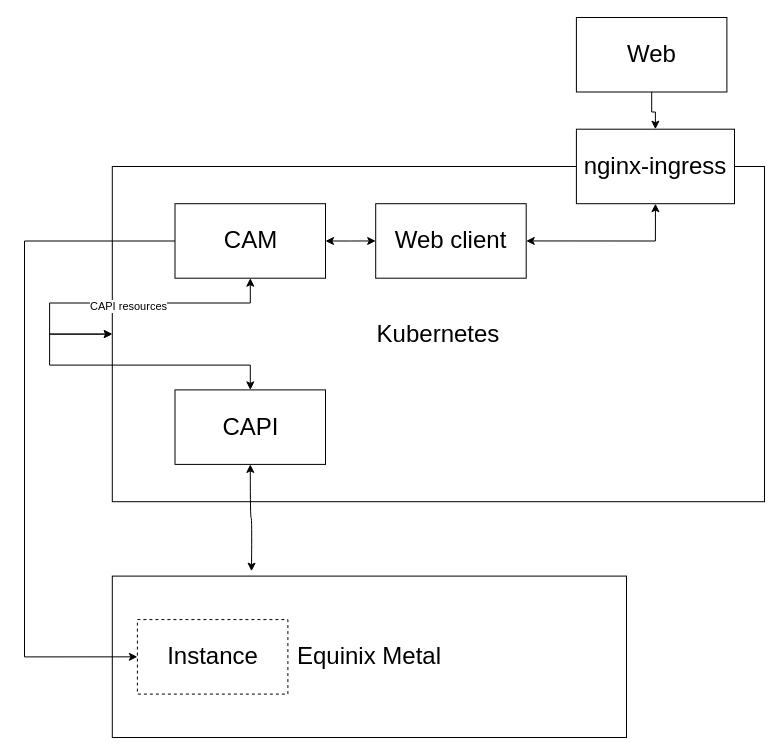
Earlier version of the draw.io diagram architecture-diagram.drawio (sharingio/pair). Source tidied: cells renumbered, new cells numbered last; positions are measured from the earlier drawing's top-left corner, leaving out a move shared by most shapes. Both pictures are drawn from the tidied source at 100%, with x=0, y=0 at pixel (24, 17).
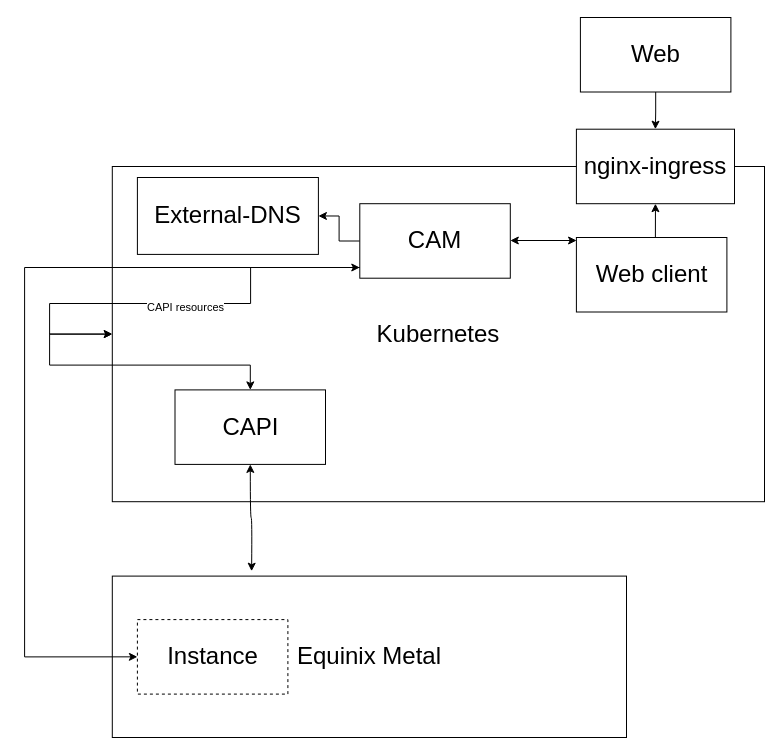
After the change.

Commit message (it also covers changes not shown here):
Update architecture-diagram

The change refers to these unchanged cells:
```xml
<mxCell id="2" value="Kubernetes" style="rounded=0;whiteSpace=wrap;html=1;fontSize=24;" parent="1" vertex="1">
  <mxGeometry x="87.8" y="149" width="652.2" height="335.2" as="geometry" />
</mxCell>
<mxCell id="8" value="nginx-ingress" style="rounded=0;whiteSpace=wrap;html=1;fontSize=24;" parent="1" vertex="1">
  <mxGeometry x="551.9" y="111.7" width="158.1" height="74.5" as="geometry" />
</mxCell>
<mxCell id="12" value="CAPI" style="rounded=0;whiteSpace=wrap;html=1;fontSize=24;" parent="1" vertex="1">
  <mxGeometry x="150.5" y="372.4" width="150.5" height="74.5" as="geometry" />
</mxCell>
<mxCell id="14" value="Instance" style="rounded=0;whiteSpace=wrap;html=1;dashed=1;fontSize=24;" parent="1" vertex="1">
  <mxGeometry x="112.9" y="602.1" width="150.5" height="74.5" as="geometry" />
</mxCell>
```

Change to the diagram source:
```diff
@@
-<mxGraphModel>
+<mxGraphModel background="#ffffff">
@@
+    <mxCell id="9" style="edgeStyle=orthogonalEdgeStyle;rounded=0;jettySize=auto;html=1;exitX=0.5;exitY=0;exitDx=0;exitDy=0;entryX=0.5;entryY=1;entryDx=0;entryDy=0;" parent="1" edge="1" source="3" target="8">
+      <mxGeometry relative="1" as="geometry" />
+    </mxCell>
     <mxCell id="3" value="Web client" style="rounded=0;whiteSpace=wrap;html=1;fontSize=24;" parent="1" vertex="1">
-      <mxGeometry x="351.2" y="186.2" width="150.5" height="74.5" as="geometry" />
+      <mxGeometry x="551.9" y="220" width="150.5" height="74.5" as="geometry" />
     </mxCell>
-    <mxCell id="4" style="edgeStyle=orthogonalEdgeStyle;rounded=0;jettySize=auto;html=1;entryX=0;entryY=0.5;entryDx=0;entryDy=0;startArrow=classic;startFill=1;fontSize=24;" parent="1" edge="1" source="7" target="3">
-      <mxGeometry x="170" y="50" as="geometry" />
+    <mxCell id="4" style="edgeStyle=orthogonalEdgeStyle;rounded=0;jettySize=auto;html=1;startArrow=classic;startFill=1;fontSize=24;" parent="1" edge="1" source="7">
+      <mxGeometry x="179.9" y="50" as="geometry">
+        <mxPoint x="552.1" y="223" as="targetPoint" />
+        <Array as="points">
+          <mxPoint x="552.1" y="223" />
+        </Array>
+      </mxGeometry>
     </mxCell>
     <mxCell id="5" style="edgeStyle=orthogonalEdgeStyle;rounded=0;jettySize=auto;html=1;entryX=0;entryY=0.5;entryDx=0;entryDy=0;startArrow=classic;startFill=1;fontSize=24;" parent="1" edge="1" source="7" target="2">
-      <mxGeometry x="170" y="50" as="geometry">
+      <mxGeometry x="179.9" y="50" as="geometry">
         <Array as="points">
-          <mxPoint x="225.8" y="285.5" />
-          <mxPoint x="25.1" y="285.5" />
-          <mxPoint x="25.1" y="316.6" />
+          <mxPoint x="226.1" y="250" />
+          <mxPoint x="226.1" y="286" />
+          <mxPoint x="25.1" y="286" />
+          <mxPoint x="25.1" y="317" />
         </Array>
       </mxGeometry>
     </mxCell>
@@
+    <mxCell id="18" style="edgeStyle=orthogonalEdgeStyle;rounded=0;jettySize=auto;html=1;entryX=1;entryY=0.5;entryDx=0;entryDy=0;" parent="1" edge="1" source="7" target="19">
+      <mxGeometry relative="1" as="geometry" />
+    </mxCell>
     <mxCell id="7" value="CAM" style="rounded=0;whiteSpace=wrap;html=1;fontSize=24;" parent="1" vertex="1">
-      <mxGeometry x="150.5" y="186.2" width="150.5" height="74.5" as="geometry" />
+      <mxGeometry x="335.3" y="186.2" width="150.5" height="74.5" as="geometry" />
     </mxCell>
@@
-    <mxCell id="9" style="edgeStyle=orthogonalEdgeStyle;rounded=0;jettySize=auto;html=1;exitX=1;exitY=0.5;exitDx=0;exitDy=0;entryX=0.5;entryY=1;entryDx=0;entryDy=0;startArrow=classic;startFill=1;fontSize=24;" parent="1" edge="1" source="3" target="8">
-      <mxGeometry x="170" y="50" as="geometry" />
-    </mxCell>
     <mxCell id="10" style="edgeStyle=orthogonalEdgeStyle;jettySize=auto;html=1;startArrow=classic;startFill=1;curved=1;fontSize=24;" parent="1" edge="1" source="12">
-      <mxGeometry x="170" y="50" as="geometry">
-        <mxPoint x="227" y="553.7" as="targetPoint" />
+      <mxGeometry x="179.9" y="50" as="geometry">
+        <mxPoint x="227.1" y="553.7" as="targetPoint" />
       </mxGeometry>
     </mxCell>
     <mxCell id="11" style="edgeStyle=orthogonalEdgeStyle;rounded=0;jettySize=auto;html=1;entryX=0;entryY=0.5;entryDx=0;entryDy=0;startArrow=classic;startFill=1;fontSize=24;" parent="1" edge="1" source="12" target="2">
-      <mxGeometry x="170" y="50" as="geometry">
+      <mxGeometry x="179.9" y="50" as="geometry">
         <Array as="points">
           <mxPoint x="225.8" y="347.6" />
           <mxPoint x="25.1" y="347.6" />
           <mxPoint x="25.1" y="316.6" />
         </Array>
       </mxGeometry>
     </mxCell>
@@
     <mxCell id="15" style="edgeStyle=orthogonalEdgeStyle;rounded=0;jettySize=auto;html=1;startArrow=none;startFill=0;fontSize=24;" parent="1" edge="1" source="16" target="8">
-      <mxGeometry x="170" y="50" as="geometry" />
+      <mxGeometry x="179.9" y="50" as="geometry" />
     </mxCell>
     <mxCell id="16" value="Web" style="rounded=0;whiteSpace=wrap;html=1;fontSize=24;" parent="1" vertex="1">
-      <mxGeometry x="551.9" width="150.5" height="74.5" as="geometry" />
+      <mxGeometry x="555.9" width="150.5" height="74.5" as="geometry" />
     </mxCell>
     <mxCell id="17" style="edgeStyle=orthogonalEdgeStyle;rounded=0;jettySize=auto;html=1;entryX=0;entryY=0.5;entryDx=0;entryDy=0;startArrow=none;startFill=0;fontSize=24;" parent="1" edge="1" source="7" target="14">
-      <mxGeometry x="170" y="50" as="geometry">
+      <mxGeometry x="179.9" y="50" as="geometry">
         <Array as="points">
-          <mxPoint y="223.4" />
-          <mxPoint y="639.3" />
+          <mxPoint x="0.1" y="250" />
+          <mxPoint x="0.1" y="639" />
         </Array>
       </mxGeometry>
     </mxCell>
+    <mxCell id="19" value="&lt;font style=&quot;font-size: 24px&quot;&gt;External-DNS&lt;/font&gt;" style="rounded=0;whiteSpace=wrap;html=1;" parent="1" vertex="1">
+      <mxGeometry x="112.9" y="160" width="181" height="76.9" as="geometry" />
+    </mxCell>
```
